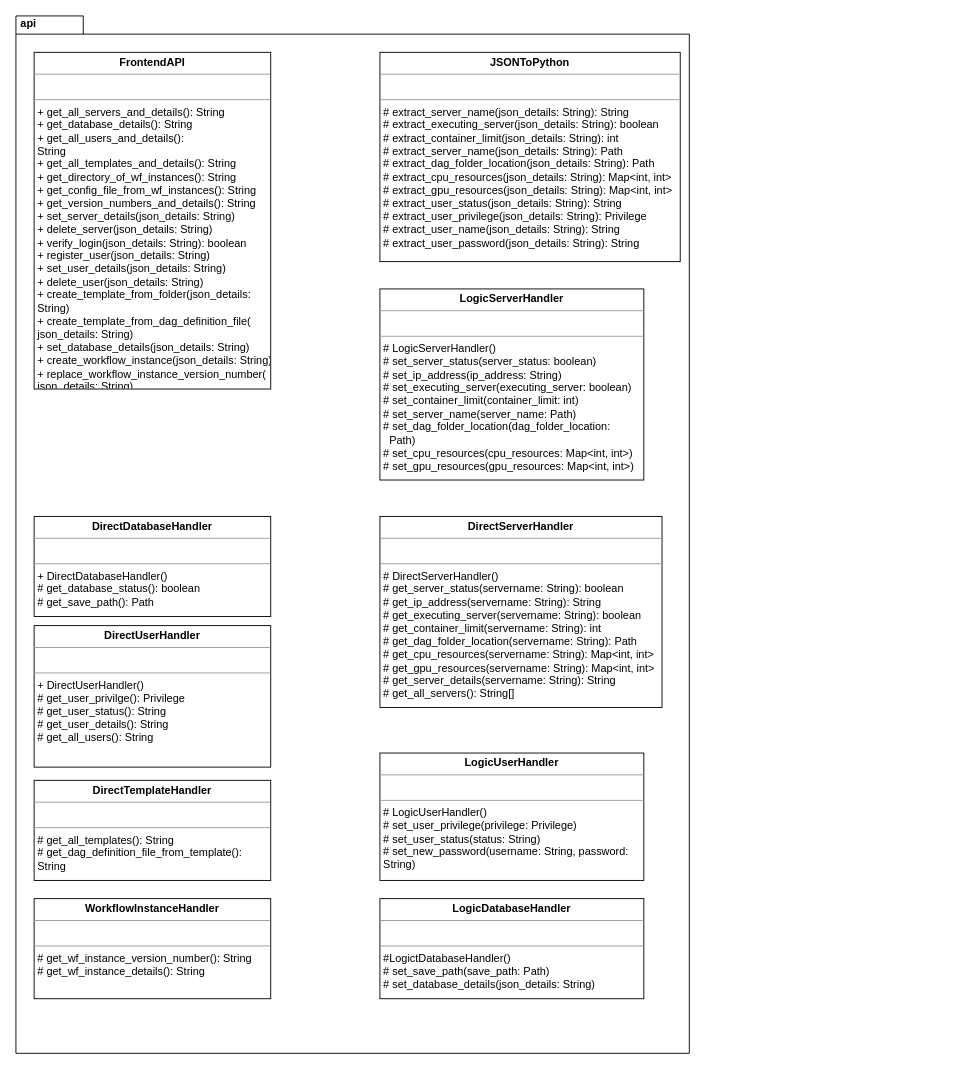
The draw.io diagram entwurf/api.drawio in soerenray/MatFlow, before the edit. Source tidied: cells renumbered, new cells numbered last; positions are measured from the earlier drawing's top-left corner, leaving out a move shared by most shapes. Both pictures are drawn from the tidied source at 91%, with x=0, y=0 at pixel (15, 15).
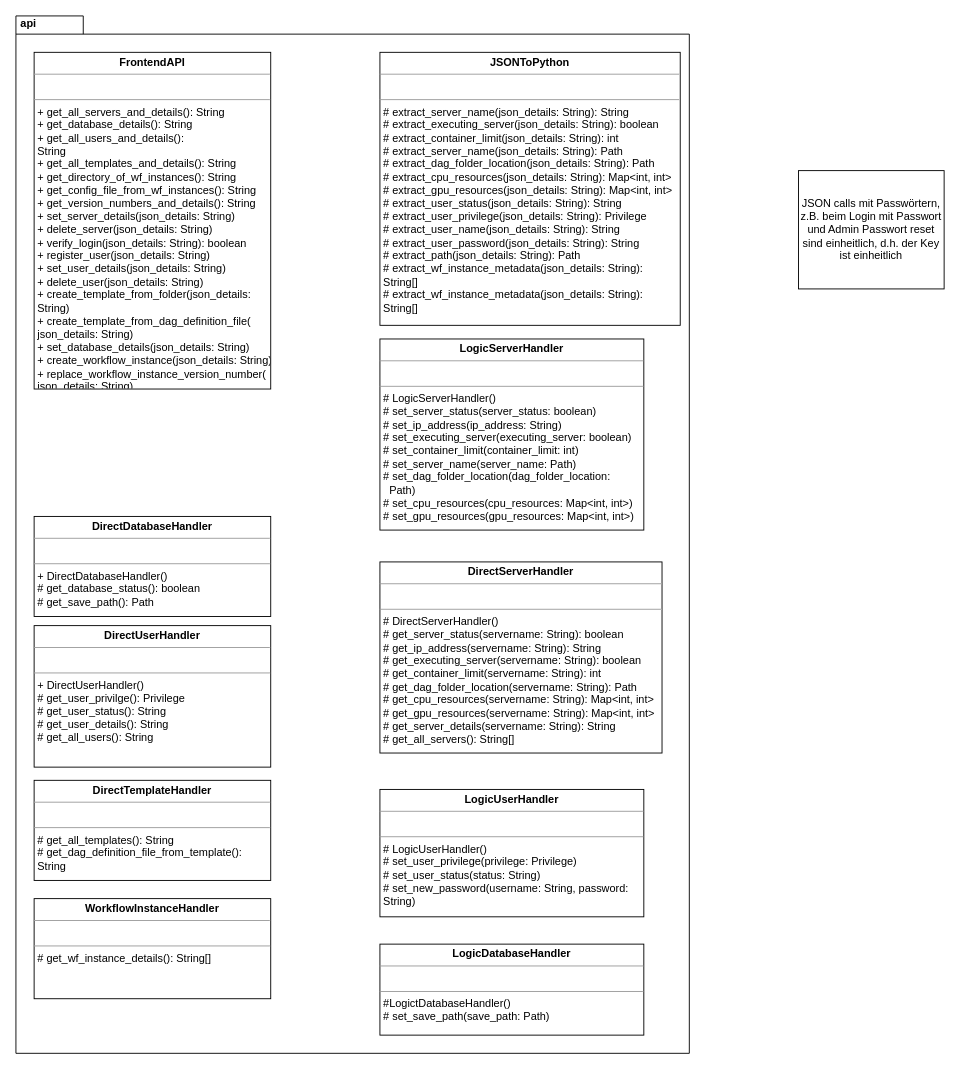
After the change.

Change to the diagram source:
```diff
@@
 <mxGraphModel>
   <root>
     <mxCell id="0" />
     <mxCell id="1" parent="0" />
     <mxCell id="2" value="&amp;nbsp;api" style="shape=folder;fontStyle=1;spacingTop=-5;tabWidth=40;tabHeight=20;tabPosition=left;html=1;align=left;verticalAlign=top;" parent="1" vertex="1">
       <mxGeometry width="740" height="1140" as="geometry" />
     </mxCell>
     <mxCell id="3" value="&lt;p style=&quot;margin: 0px ; margin-top: 4px ; text-align: center&quot;&gt;&lt;b&gt;FrontendAPI&lt;/b&gt;&lt;/p&gt;&lt;hr size=&quot;1&quot;&gt;&lt;p style=&quot;margin: 0px ; margin-left: 4px&quot;&gt;&lt;br&gt;&lt;/p&gt;&lt;hr size=&quot;1&quot;&gt;&lt;p style=&quot;margin: 0px ; margin-left: 4px&quot;&gt;+ get_all_servers_and_details(): String&lt;br&gt;&lt;/p&gt;&lt;p style=&quot;margin: 0px ; margin-left: 4px&quot;&gt;+ get_database_details(): String&lt;/p&gt;&lt;p style=&quot;margin: 0px 0px 0px 4px&quot;&gt;+ get_all_users_and_details():&lt;/p&gt;&lt;p style=&quot;margin: 0px 0px 0px 4px&quot;&gt;String&lt;/p&gt;&lt;p style=&quot;margin: 0px 0px 0px 4px&quot;&gt;+ get_all_templates_and_details():&amp;nbsp;&lt;span&gt;String&lt;/span&gt;&lt;/p&gt;&lt;p style=&quot;margin: 0px 0px 0px 4px&quot;&gt;+ get_directory_of_wf_instances():&amp;nbsp;&lt;span&gt;String&lt;/span&gt;&lt;/p&gt;&lt;p style=&quot;margin: 0px 0px 0px 4px&quot;&gt;+ get_config_file_from_wf_instanc&lt;span&gt;es(): String&lt;/span&gt;&lt;/p&gt;&lt;p style=&quot;margin: 0px 0px 0px 4px&quot;&gt;+ get_version_numbers_and_deta&lt;span&gt;ils(): String&lt;/span&gt;&lt;/p&gt;&lt;p style=&quot;margin: 0px 0px 0px 4px&quot;&gt;+ set_server_details(json_details: String)&lt;span&gt;&lt;br&gt;&lt;/span&gt;&lt;/p&gt;&lt;p style=&quot;margin: 0px 0px 0px 4px&quot;&gt;+ delete_server(json_details: String)&lt;br&gt;&lt;/p&gt;&lt;p style=&quot;margin: 0px 0px 0px 4px&quot;&gt;+ verify_login(json_details: String): boolean&lt;/p&gt;&lt;p style=&quot;margin: 0px 0px 0px 4px&quot;&gt;+ register_user(json_details: String)&lt;/p&gt;&lt;p style=&quot;margin: 0px 0px 0px 4px&quot;&gt;+ set_user_details(json_details: String)&lt;br&gt;&lt;/p&gt;&lt;p style=&quot;margin: 0px 0px 0px 4px&quot;&gt;+ delete_user(json_details: String)&lt;/p&gt;&lt;p style=&quot;margin: 0px 0px 0px 4px&quot;&gt;+ create_template_from_folder(json_details:&amp;nbsp;&lt;/p&gt;&lt;p style=&quot;margin: 0px 0px 0px 4px&quot;&gt;String)&lt;/p&gt;&lt;p style=&quot;margin: 0px 0px 0px 4px&quot;&gt;+ create_template_from_dag_definition_file(&lt;/p&gt;&lt;p style=&quot;margin: 0px 0px 0px 4px&quot;&gt;json_details: String)&lt;/p&gt;&lt;p style=&quot;margin: 0px 0px 0px 4px&quot;&gt;+ set_database_details(json_details: String)&lt;/p&gt;&lt;p style=&quot;margin: 0px 0px 0px 4px&quot;&gt;+ create_workflow_instance(json_details: String)&lt;/p&gt;&lt;p style=&quot;margin: 0px 0px 0px 4px&quot;&gt;+ replace_workflow_instance_version_number(&lt;/p&gt;&lt;p style=&quot;margin: 0px 0px 0px 4px&quot;&gt;json_details: String)&lt;/p&gt;&lt;p style=&quot;margin: 0px 0px 0px 4px&quot;&gt;&lt;br&gt;&lt;/p&gt;" style="verticalAlign=top;align=left;overflow=fill;fontSize=12;fontFamily=Helvetica;html=1;" parent="1" vertex="1">
       <mxGeometry x="20" y="40" width="260" height="370" as="geometry" />
     </mxCell>
     <mxCell id="4" value="&lt;p style=&quot;margin: 0px ; margin-top: 4px ; text-align: center&quot;&gt;&lt;b&gt;DirectServerHandler&lt;/b&gt;&lt;/p&gt;&lt;hr size=&quot;1&quot;&gt;&lt;p style=&quot;margin: 0px ; margin-left: 4px&quot;&gt;&lt;br&gt;&lt;/p&gt;&lt;hr size=&quot;1&quot;&gt;&lt;p style=&quot;margin: 0px ; margin-left: 4px&quot;&gt;# DirectServerHandler()&lt;/p&gt;&lt;p style=&quot;margin: 0px ; margin-left: 4px&quot;&gt;# get_server_status(servername: String): boolean&lt;/p&gt;&lt;p style=&quot;margin: 0px ; margin-left: 4px&quot;&gt;# get_ip_address(servername: String): String&lt;/p&gt;&lt;p style=&quot;margin: 0px ; margin-left: 4px&quot;&gt;# get_executing_server(servername: String): boolean&lt;/p&gt;&lt;p style=&quot;margin: 0px ; margin-left: 4px&quot;&gt;# get_container_limit(servername: String): int&lt;/p&gt;&lt;p style=&quot;margin: 0px ; margin-left: 4px&quot;&gt;# get_dag_folder_location(servername: String): Path&lt;/p&gt;&lt;p style=&quot;margin: 0px ; margin-left: 4px&quot;&gt;# get_cpu_resources(servername: String): Map&amp;lt;int, int&amp;gt;&lt;/p&gt;&lt;p style=&quot;margin: 0px ; margin-left: 4px&quot;&gt;# get_gpu_resources(servername: String): Map&amp;lt;int, int&amp;gt;&lt;/p&gt;&lt;p style=&quot;margin: 0px ; margin-left: 4px&quot;&gt;# get_server_details(servername: String): String&lt;/p&gt;&lt;p style=&quot;margin: 0px ; margin-left: 4px&quot;&gt;# get_all_servers(): String[]&lt;/p&gt;&lt;p style=&quot;margin: 0px 0px 0px 4px&quot;&gt;&lt;br&gt;&lt;/p&gt;" style="verticalAlign=top;align=left;overflow=fill;fontSize=12;fontFamily=Helvetica;html=1;" parent="1" vertex="1">
-      <mxGeometry x="400" y="550" width="310" height="210" as="geometry" />
+      <mxGeometry x="400" y="600" width="310" height="210" as="geometry" />
     </mxCell>
     <mxCell id="5" value="&lt;p style=&quot;margin: 0px ; margin-top: 4px ; text-align: center&quot;&gt;&lt;b&gt;DirectDatabaseHandler&lt;/b&gt;&lt;/p&gt;&lt;hr size=&quot;1&quot;&gt;&lt;p style=&quot;margin: 0px ; margin-left: 4px&quot;&gt;&lt;br&gt;&lt;/p&gt;&lt;hr size=&quot;1&quot;&gt;&lt;p style=&quot;margin: 0px ; margin-left: 4px&quot;&gt;+ DirectDatabaseHandler()&lt;/p&gt;&lt;p style=&quot;margin: 0px ; margin-left: 4px&quot;&gt;# get_database_status(): boolean&lt;/p&gt;&lt;p style=&quot;margin: 0px ; margin-left: 4px&quot;&gt;# get_save_path(): Path&lt;/p&gt;&lt;p style=&quot;margin: 0px ; margin-left: 4px&quot;&gt;&lt;br&gt;&lt;/p&gt;" style="verticalAlign=top;align=left;overflow=fill;fontSize=12;fontFamily=Helvetica;html=1;" parent="1" vertex="1">
       <mxGeometry x="20" y="550" width="260" height="110" as="geometry" />
     </mxCell>
     <mxCell id="6" value="&lt;p style=&quot;margin: 0px ; margin-top: 4px ; text-align: center&quot;&gt;&lt;b&gt;DirectUserHandler&lt;/b&gt;&lt;/p&gt;&lt;hr size=&quot;1&quot;&gt;&lt;p style=&quot;margin: 0px ; margin-left: 4px&quot;&gt;&lt;br&gt;&lt;/p&gt;&lt;hr size=&quot;1&quot;&gt;&lt;p style=&quot;margin: 0px ; margin-left: 4px&quot;&gt;+ DirectUserHandler()&lt;/p&gt;&lt;p style=&quot;margin: 0px ; margin-left: 4px&quot;&gt;# get_user_privilge(): Privilege&lt;/p&gt;&lt;p style=&quot;margin: 0px ; margin-left: 4px&quot;&gt;# get_user_status(): String&lt;/p&gt;&lt;p style=&quot;margin: 0px ; margin-left: 4px&quot;&gt;# get_user_details(): String&lt;/p&gt;&lt;p style=&quot;margin: 0px ; margin-left: 4px&quot;&gt;# get_all_users(): String&lt;/p&gt;&lt;p style=&quot;margin: 0px ; margin-left: 4px&quot;&gt;&lt;br&gt;&lt;/p&gt;" style="verticalAlign=top;align=left;overflow=fill;fontSize=12;fontFamily=Helvetica;html=1;" parent="1" vertex="1">
       <mxGeometry x="20" y="670" width="260" height="155.5" as="geometry" />
     </mxCell>
     <mxCell id="7" value="&lt;p style=&quot;margin: 0px ; margin-top: 4px ; text-align: center&quot;&gt;&lt;b&gt;DirectTemplateHandler&lt;/b&gt;&lt;/p&gt;&lt;hr size=&quot;1&quot;&gt;&lt;p style=&quot;margin: 0px ; margin-left: 4px&quot;&gt;&lt;br&gt;&lt;/p&gt;&lt;hr size=&quot;1&quot;&gt;&lt;p style=&quot;margin: 0px ; margin-left: 4px&quot;&gt;# get_all_templates(): String&lt;/p&gt;&lt;p style=&quot;margin: 0px ; margin-left: 4px&quot;&gt;# get_dag_definition_file_from_te&lt;span&gt;mplate():&amp;nbsp;&lt;/span&gt;&lt;/p&gt;&lt;p style=&quot;margin: 0px ; margin-left: 4px&quot;&gt;&lt;span&gt;String&lt;/span&gt;&lt;/p&gt;&lt;p style=&quot;margin: 0px ; margin-left: 4px&quot;&gt;&lt;br&gt;&lt;/p&gt;" style="verticalAlign=top;align=left;overflow=fill;fontSize=12;fontFamily=Helvetica;html=1;" parent="1" vertex="1">
       <mxGeometry x="20" y="840" width="260" height="110" as="geometry" />
     </mxCell>
-    <mxCell id="8" value="&lt;p style=&quot;margin: 0px ; margin-top: 4px ; text-align: center&quot;&gt;&lt;b&gt;WorkflowInstanceHandler&lt;/b&gt;&lt;/p&gt;&lt;hr size=&quot;1&quot;&gt;&lt;p style=&quot;margin: 0px ; margin-left: 4px&quot;&gt;&lt;br&gt;&lt;/p&gt;&lt;hr size=&quot;1&quot;&gt;&lt;p style=&quot;margin: 0px ; margin-left: 4px&quot;&gt;# get_wf_instance_version_number(): String&lt;/p&gt;&lt;p style=&quot;margin: 0px ; margin-left: 4px&quot;&gt;# get_wf_instance_details(): String&lt;/p&gt;" style="verticalAlign=top;align=left;overflow=fill;fontSize=12;fontFamily=Helvetica;html=1;" parent="1" vertex="1">
+    <mxCell id="8" value="&lt;p style=&quot;margin: 0px ; margin-top: 4px ; text-align: center&quot;&gt;&lt;b&gt;WorkflowInstanceHandler&lt;/b&gt;&lt;/p&gt;&lt;hr size=&quot;1&quot;&gt;&lt;p style=&quot;margin: 0px ; margin-left: 4px&quot;&gt;&lt;br&gt;&lt;/p&gt;&lt;hr size=&quot;1&quot;&gt;&lt;p style=&quot;margin: 0px ; margin-left: 4px&quot;&gt;&lt;span&gt;# get_wf_instance_details(): String[]&lt;/span&gt;&lt;br&gt;&lt;/p&gt;" style="verticalAlign=top;align=left;overflow=fill;fontSize=12;fontFamily=Helvetica;html=1;" parent="1" vertex="1">
       <mxGeometry x="20" y="970" width="260" height="110" as="geometry" />
     </mxCell>
     <mxCell id="9" value="&lt;p style=&quot;margin: 0px ; margin-top: 4px ; text-align: center&quot;&gt;&lt;b&gt;LogicServerHandler&lt;/b&gt;&lt;/p&gt;&lt;hr size=&quot;1&quot;&gt;&lt;p style=&quot;margin: 0px ; margin-left: 4px&quot;&gt;&lt;br&gt;&lt;/p&gt;&lt;hr size=&quot;1&quot;&gt;&lt;p style=&quot;margin: 0px ; margin-left: 4px&quot;&gt;# LogicServerHandler()&lt;/p&gt;&lt;p style=&quot;margin: 0px ; margin-left: 4px&quot;&gt;# set_server_status(server_status: boolean)&lt;/p&gt;&lt;p style=&quot;margin: 0px ; margin-left: 4px&quot;&gt;# set_ip_address(ip_address: String)&lt;/p&gt;&lt;p style=&quot;margin: 0px ; margin-left: 4px&quot;&gt;# set_executing_server(executing_server: boolean)&lt;/p&gt;&lt;p style=&quot;margin: 0px ; margin-left: 4px&quot;&gt;# set_container_limit(container_limit: int)&lt;/p&gt;&lt;p style=&quot;margin: 0px ; margin-left: 4px&quot;&gt;# set_server_name(server_name: Path)&lt;/p&gt;&lt;p style=&quot;margin: 0px ; margin-left: 4px&quot;&gt;# set_dag_folder_location(dag_folder_location:&amp;nbsp;&lt;/p&gt;&lt;p style=&quot;margin: 0px ; margin-left: 4px&quot;&gt;&lt;span&gt;&amp;nbsp; &lt;/span&gt;Path)&lt;/p&gt;&lt;p style=&quot;margin: 0px ; margin-left: 4px&quot;&gt;# set_cpu_resources(cpu_resources: Map&amp;lt;int, int&amp;gt;)&lt;/p&gt;&lt;p style=&quot;margin: 0px ; margin-left: 4px&quot;&gt;# set_gpu_resources(gpu_resources: Map&amp;lt;int, int&amp;gt;)&lt;/p&gt;&lt;p style=&quot;margin: 0px ; margin-left: 4px&quot;&gt;&lt;br&gt;&lt;/p&gt;&lt;p style=&quot;margin: 0px ; margin-left: 4px&quot;&gt;&lt;br&gt;&lt;/p&gt;" style="verticalAlign=top;align=left;overflow=fill;fontSize=12;fontFamily=Helvetica;html=1;" parent="1" vertex="1">
-      <mxGeometry x="400" y="300" width="290" height="210" as="geometry" />
+      <mxGeometry x="400" y="355" width="290" height="210" as="geometry" />
     </mxCell>
     <mxCell id="10" value="&lt;p style=&quot;margin: 0px ; margin-top: 4px ; text-align: center&quot;&gt;&lt;b&gt;LogicUserHandler&lt;/b&gt;&lt;/p&gt;&lt;hr size=&quot;1&quot;&gt;&lt;p style=&quot;margin: 0px ; margin-left: 4px&quot;&gt;&lt;br&gt;&lt;/p&gt;&lt;hr size=&quot;1&quot;&gt;&lt;p style=&quot;margin: 0px ; margin-left: 4px&quot;&gt;# LogicUserHandler()&lt;/p&gt;&lt;p style=&quot;margin: 0px ; margin-left: 4px&quot;&gt;# set_user_privilege(privilege: Privilege)&lt;/p&gt;&lt;p style=&quot;margin: 0px ; margin-left: 4px&quot;&gt;# set_user_status(status: String)&lt;/p&gt;&lt;p style=&quot;margin: 0px 0px 0px 4px&quot;&gt;# set_new_password(username: String, password:&lt;/p&gt;&lt;p style=&quot;margin: 0px 0px 0px 4px&quot;&gt;String)&lt;/p&gt;&lt;p style=&quot;margin: 0px ; margin-left: 4px&quot;&gt;&lt;br&gt;&lt;/p&gt;" style="verticalAlign=top;align=left;overflow=fill;fontSize=12;fontFamily=Helvetica;html=1;" parent="1" vertex="1">
-      <mxGeometry x="400" y="810" width="290" height="140" as="geometry" />
+      <mxGeometry x="400" y="850" width="290" height="140" as="geometry" />
     </mxCell>
-    <mxCell id="11" value="&lt;p style=&quot;margin: 0px ; margin-top: 4px ; text-align: center&quot;&gt;&lt;b&gt;LogicDatabaseHandler&lt;/b&gt;&lt;/p&gt;&lt;hr size=&quot;1&quot;&gt;&lt;p style=&quot;margin: 0px ; margin-left: 4px&quot;&gt;&lt;br&gt;&lt;/p&gt;&lt;hr size=&quot;1&quot;&gt;&lt;p style=&quot;margin: 0px ; margin-left: 4px&quot;&gt;#LogictDatabaseHandler()&lt;/p&gt;&lt;p style=&quot;margin: 0px ; margin-left: 4px&quot;&gt;# set_save_path(save_path: Path)&lt;/p&gt;&lt;p style=&quot;margin: 0px ; margin-left: 4px&quot;&gt;# set_database_details(json_details: String)&lt;/p&gt;&lt;p style=&quot;margin: 0px ; margin-left: 4px&quot;&gt;&lt;br&gt;&lt;/p&gt;" style="verticalAlign=top;align=left;overflow=fill;fontSize=12;fontFamily=Helvetica;html=1;" parent="1" vertex="1">
-      <mxGeometry x="400" y="970" width="290" height="110" as="geometry" />
+    <mxCell id="11" value="&lt;p style=&quot;margin: 0px ; margin-top: 4px ; text-align: center&quot;&gt;&lt;b&gt;LogicDatabaseHandler&lt;/b&gt;&lt;/p&gt;&lt;hr size=&quot;1&quot;&gt;&lt;p style=&quot;margin: 0px ; margin-left: 4px&quot;&gt;&lt;br&gt;&lt;/p&gt;&lt;hr size=&quot;1&quot;&gt;&lt;p style=&quot;margin: 0px ; margin-left: 4px&quot;&gt;#LogictDatabaseHandler()&lt;/p&gt;&lt;p style=&quot;margin: 0px ; margin-left: 4px&quot;&gt;# set_save_path(save_path: Path)&lt;/p&gt;" style="verticalAlign=top;align=left;overflow=fill;fontSize=12;fontFamily=Helvetica;html=1;" parent="1" vertex="1">
+      <mxGeometry x="400" y="1020" width="290" height="100" as="geometry" />
     </mxCell>
-    <mxCell id="12" value="&lt;p style=&quot;margin: 0px ; margin-top: 4px ; text-align: center&quot;&gt;&lt;b&gt;JSONToPython&lt;/b&gt;&lt;/p&gt;&lt;hr size=&quot;1&quot;&gt;&lt;p style=&quot;margin: 0px ; margin-left: 4px&quot;&gt;&lt;br&gt;&lt;/p&gt;&lt;hr size=&quot;1&quot;&gt;&lt;p style=&quot;margin: 0px ; margin-left: 4px&quot;&gt;&lt;span&gt;# extract_server_name(json_details: String): String&lt;/span&gt;&lt;/p&gt;&lt;p style=&quot;margin: 0px ; margin-left: 4px&quot;&gt;&lt;span&gt;# extract_executing_server(json_details: String): boolean&lt;/span&gt;&lt;br&gt;&lt;/p&gt;&lt;p style=&quot;margin: 0px ; margin-left: 4px&quot;&gt;# extract_container_limit(json_details: String): int&lt;/p&gt;&lt;p style=&quot;margin: 0px ; margin-left: 4px&quot;&gt;# extract_server_name(json_details: String): Path&lt;/p&gt;&lt;p style=&quot;margin: 0px ; margin-left: 4px&quot;&gt;# extract_dag_folder_location(json_details: String): Path&lt;/p&gt;&lt;p style=&quot;margin: 0px ; margin-left: 4px&quot;&gt;# extract_cpu_resources(json_details: String): Map&amp;lt;int, int&amp;gt;&lt;br&gt;&lt;/p&gt;&lt;p style=&quot;margin: 0px ; margin-left: 4px&quot;&gt;# extract_gpu_resources(json_details: String): Map&amp;lt;int, int&amp;gt;&lt;/p&gt;&lt;p style=&quot;margin: 0px ; margin-left: 4px&quot;&gt;# extract_user_status(json_details: String): String&lt;/p&gt;&lt;p style=&quot;margin: 0px ; margin-left: 4px&quot;&gt;# extract_user_privilege(json_details: String): Privilege&lt;/p&gt;&lt;p style=&quot;margin: 0px ; margin-left: 4px&quot;&gt;# extract_user_name(json_details: String): String&lt;/p&gt;&lt;p style=&quot;margin: 0px ; margin-left: 4px&quot;&gt;# extract_user_password(json_details: String): String&lt;/p&gt;" style="verticalAlign=top;align=left;overflow=fill;fontSize=12;fontFamily=Helvetica;html=1;" parent="1" vertex="1">
-      <mxGeometry x="400" y="40" width="330" height="230" as="geometry" />
+    <mxCell id="12" value="&lt;p style=&quot;margin: 0px ; margin-top: 4px ; text-align: center&quot;&gt;&lt;b&gt;JSONToPython&lt;/b&gt;&lt;/p&gt;&lt;hr size=&quot;1&quot;&gt;&lt;p style=&quot;margin: 0px ; margin-left: 4px&quot;&gt;&lt;br&gt;&lt;/p&gt;&lt;hr size=&quot;1&quot;&gt;&lt;p style=&quot;margin: 0px ; margin-left: 4px&quot;&gt;&lt;span&gt;# extract_server_name(json_details: String): String&lt;/span&gt;&lt;/p&gt;&lt;p style=&quot;margin: 0px ; margin-left: 4px&quot;&gt;&lt;span&gt;# extract_executing_server(json_details: String): boolean&lt;/span&gt;&lt;br&gt;&lt;/p&gt;&lt;p style=&quot;margin: 0px ; margin-left: 4px&quot;&gt;# extract_container_limit(json_details: String): int&lt;/p&gt;&lt;p style=&quot;margin: 0px ; margin-left: 4px&quot;&gt;# extract_server_name(json_details: String): Path&lt;/p&gt;&lt;p style=&quot;margin: 0px ; margin-left: 4px&quot;&gt;# extract_dag_folder_location(json_details: String): Path&lt;/p&gt;&lt;p style=&quot;margin: 0px ; margin-left: 4px&quot;&gt;# extract_cpu_resources(json_details: String): Map&amp;lt;int, int&amp;gt;&lt;br&gt;&lt;/p&gt;&lt;p style=&quot;margin: 0px ; margin-left: 4px&quot;&gt;# extract_gpu_resources(json_details: String): Map&amp;lt;int, int&amp;gt;&lt;/p&gt;&lt;p style=&quot;margin: 0px ; margin-left: 4px&quot;&gt;# extract_user_status(json_details: String): String&lt;/p&gt;&lt;p style=&quot;margin: 0px ; margin-left: 4px&quot;&gt;# extract_user_privilege(json_details: String): Privilege&lt;/p&gt;&lt;p style=&quot;margin: 0px ; margin-left: 4px&quot;&gt;# extract_user_name(json_details: String): String&lt;/p&gt;&lt;p style=&quot;margin: 0px ; margin-left: 4px&quot;&gt;# extract_user_password(json_details: String): String&lt;/p&gt;&lt;p style=&quot;margin: 0px ; margin-left: 4px&quot;&gt;# extract_path(json_details: String): Path&lt;/p&gt;&lt;p style=&quot;margin: 0px ; margin-left: 4px&quot;&gt;# extract_wf_instance_metadata(json_details: String):&amp;nbsp;&lt;/p&gt;&lt;p style=&quot;margin: 0px ; margin-left: 4px&quot;&gt;String[]&lt;/p&gt;&lt;p style=&quot;margin: 0px ; margin-left: 4px&quot;&gt;# extract_wf_instance_metadata(json_details: String):&amp;nbsp;&lt;/p&gt;&lt;p style=&quot;margin: 0px ; margin-left: 4px&quot;&gt;String[]&lt;/p&gt;&lt;p style=&quot;margin: 0px ; margin-left: 4px&quot;&gt;&lt;br&gt;&lt;/p&gt;" style="verticalAlign=top;align=left;overflow=fill;fontSize=12;fontFamily=Helvetica;html=1;" parent="1" vertex="1">
+      <mxGeometry x="400" y="40" width="330" height="300" as="geometry" />
     </mxCell>
+    <mxCell id="13" value="JSON calls mit Passwörtern, z.B. beim Login mit Passwort und Admin Passwort reset sind einheitlich, d.h. der Key ist einheitlich" style="rounded=0;whiteSpace=wrap;html=1;" parent="1" vertex="1">
+      <mxGeometry x="860" y="170" width="160" height="130" as="geometry" />
+    </mxCell>
   </root>
 </mxGraphModel>
```
